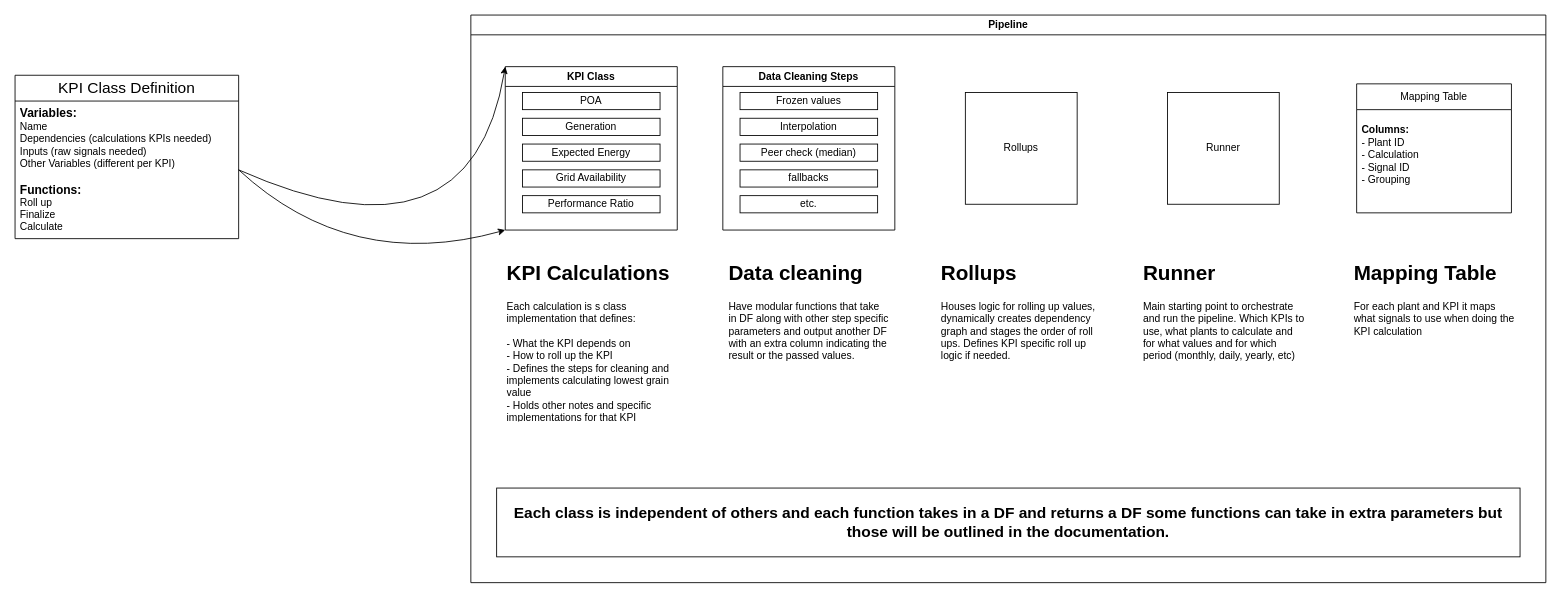
This is eSpark.drawio from TreeHubW/eSpark-Migration, a draw.io file, before an edit. Source tidied: cells renumbered, new cells numbered last; positions are measured from the earlier drawing's top-left corner, leaving out a move shared by most shapes. Both pictures are drawn from the tidied source at 86%, with x=0, y=0 at pixel (15, 15).
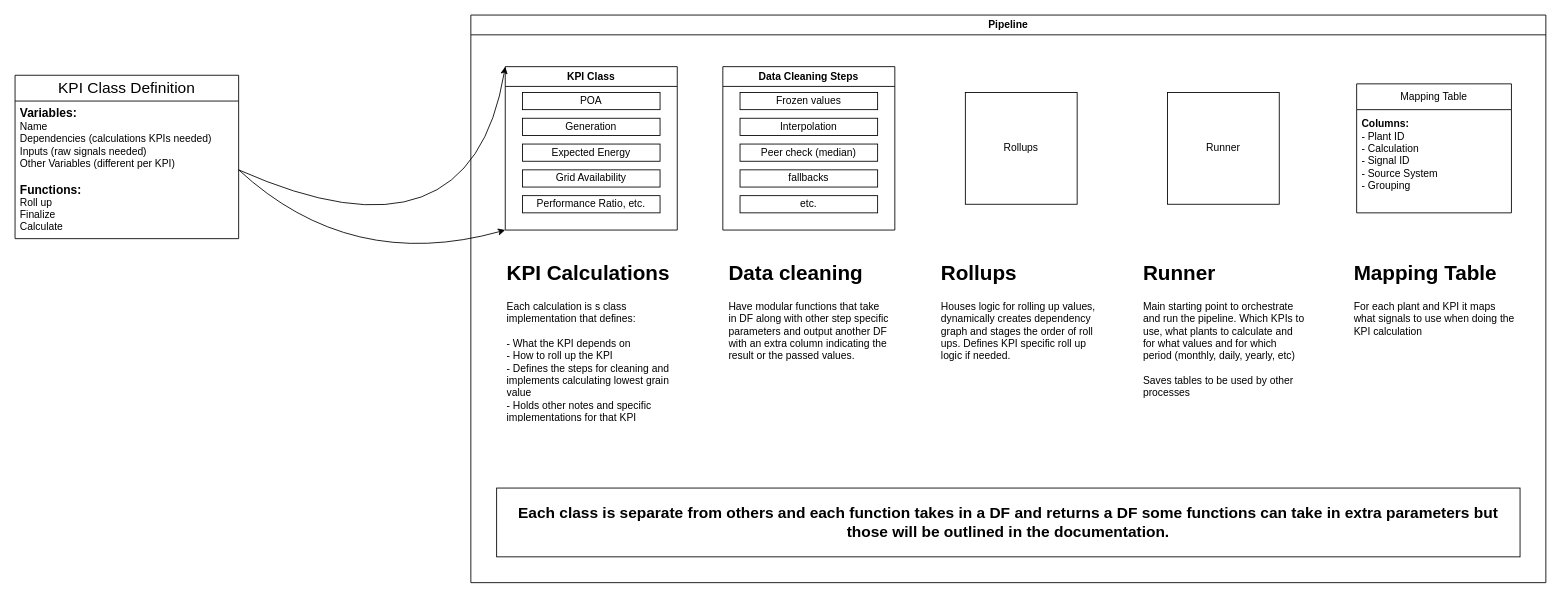
After the change.

The change refers to these unchanged cells:
```xml
<mxCell id="2" value="Pipeline" style="swimlane;whiteSpace=wrap;html=1;" parent="1" vertex="1">
  <mxGeometry x="530" width="1250" height="660" as="geometry" />
</mxCell>
<mxCell id="11" value="KPI Class" style="swimlane;whiteSpace=wrap;html=1;" parent="2" vertex="1">
  <mxGeometry x="40" y="60" width="200" height="190" as="geometry" />
</mxCell>
<mxCell id="22" value="Mapping Table" style="swimlane;fontStyle=0;horizontal=1;startSize=30;whiteSpace=wrap;html=1;" parent="2" vertex="1">
  <mxGeometry x="1030" y="80" width="180" height="150" as="geometry" />
</mxCell>
```

What changed in the source:
```diff
@@
-    <mxCell id="3" value="&lt;b&gt;&lt;font style=&quot;font-size: 18px;&quot;&gt;Each class is independent of others and each function takes in a DF and returns a DF some functions can take in extra parameters but those will be outlined in the documentation.&lt;/font&gt;&lt;/b&gt;" style="rounded=0;whiteSpace=wrap;html=1;" parent="2" vertex="1">
+    <mxCell id="3" value="&lt;b&gt;&lt;font style=&quot;font-size: 18px;&quot;&gt;Each class is separate from others and each function takes in a DF and returns a DF some functions can take in extra parameters but those will be outlined in the documentation.&lt;/font&gt;&lt;/b&gt;" style="rounded=0;whiteSpace=wrap;html=1;" parent="2" vertex="1">
       <mxGeometry x="30" y="550" width="1190" height="80" as="geometry" />
     </mxCell>
@@
-    <mxCell id="16" value="Performance Ratio" style="whiteSpace=wrap;html=1;" parent="11" vertex="1">
+    <mxCell id="16" value="Performance Ratio, etc." style="whiteSpace=wrap;html=1;" parent="11" vertex="1">
       <mxGeometry x="20" y="150" width="160" height="20" as="geometry" />
     </mxCell>
@@
-    <mxCell id="21" value="&lt;h1 style=&quot;margin-top: 0px;&quot;&gt;Runner&lt;/h1&gt;&lt;div&gt;Main starting point to orchestrate and run the pipeline. Which KPIs to use, what plants to calculate and for what values and for which period (monthly, daily, yearly, etc)&lt;/div&gt;" style="text;html=1;whiteSpace=wrap;overflow=hidden;rounded=0;" parent="2" vertex="1">
+    <mxCell id="21" value="&lt;h1 style=&quot;margin-top: 0px;&quot;&gt;Runner&lt;/h1&gt;&lt;div&gt;Main starting point to orchestrate and run the pipeline. Which KPIs to use, what plants to calculate and for what values and for which period (monthly, daily, yearly, etc)&lt;br&gt;&lt;br&gt;Saves tables to be used by other processes&lt;/div&gt;" style="text;html=1;whiteSpace=wrap;overflow=hidden;rounded=0;" parent="2" vertex="1">
       <mxGeometry x="780" y="280" width="190" height="170" as="geometry" />
     </mxCell>
@@
-    <mxCell id="23" value="&lt;b&gt;Columns:&lt;/b&gt;&lt;div&gt;- Plant ID&lt;/div&gt;&lt;div&gt;- Calculation&lt;/div&gt;&lt;div&gt;- Signal ID&lt;/div&gt;&lt;div&gt;- Grouping&lt;/div&gt;&lt;div&gt;&lt;br&gt;&lt;/div&gt;" style="text;strokeColor=none;fillColor=none;align=left;verticalAlign=middle;spacingLeft=4;spacingRight=4;overflow=hidden;whiteSpace=wrap;html=1;" parent="22" vertex="1">
+    <mxCell id="23" value="&lt;b&gt;Columns:&lt;/b&gt;&lt;div&gt;- Plant ID&lt;/div&gt;&lt;div&gt;- Calculation&lt;/div&gt;&lt;div&gt;- Signal ID&lt;/div&gt;&lt;div&gt;- Source System&lt;/div&gt;&lt;div&gt;- Grouping&lt;/div&gt;&lt;div&gt;&lt;br&gt;&lt;/div&gt;" style="text;strokeColor=none;fillColor=none;align=left;verticalAlign=middle;spacingLeft=4;spacingRight=4;overflow=hidden;whiteSpace=wrap;html=1;" parent="22" vertex="1">
       <mxGeometry y="30" width="180" height="120" as="geometry" />
     </mxCell>
```
